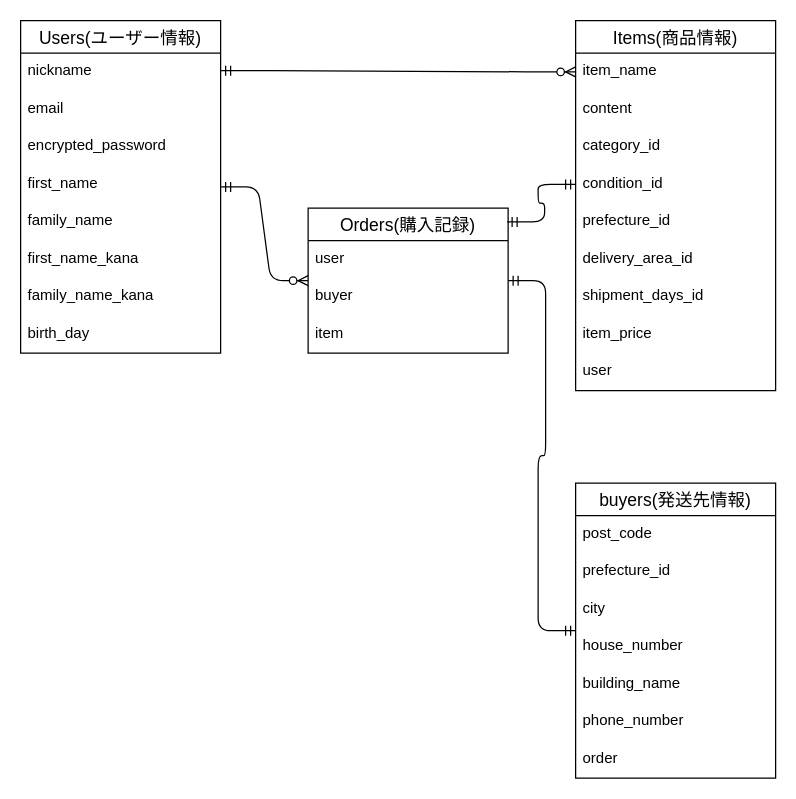
myconmatsu/furima-38641 keeps this draw.io diagram as er.dio. Above is the earlier version. Source tidied: cells renumbered, new cells numbered last; positions are measured from the earlier drawing's top-left corner, leaving out a move shared by most shapes. Both pictures are drawn from the tidied source at 125%, with x=0, y=0 at pixel (20, 20).
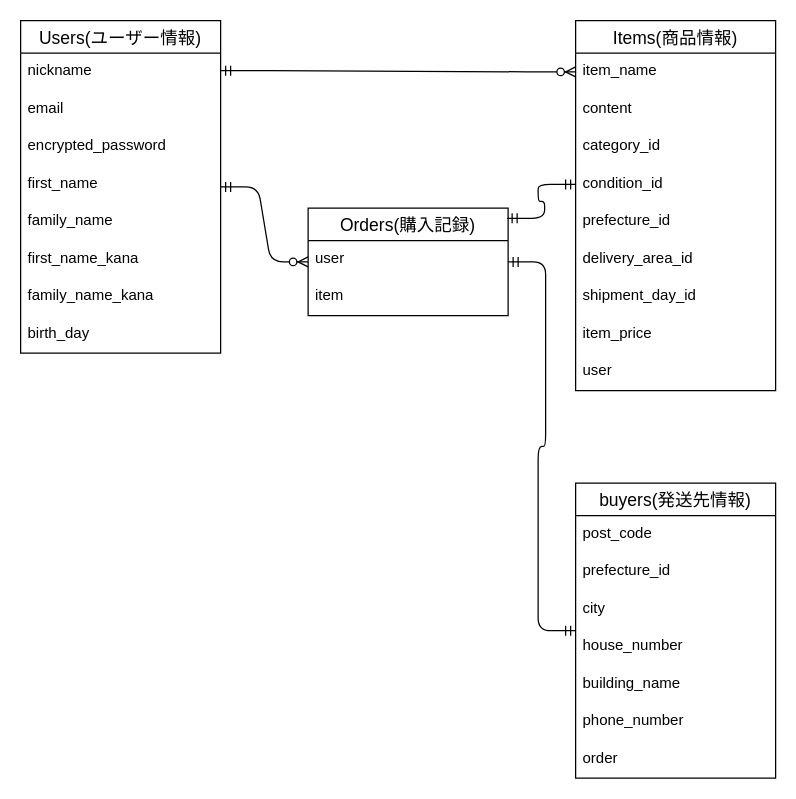
The same page after the edit.

Unchanged cells that the change refers to:
```xml
<mxCell id="11" value="Items(商品情報)" style="swimlane;fontStyle=0;horizontal=1;startSize=26;align=center;fontSize=14;" parent="1" vertex="1">
  <mxGeometry x="444" width="160" height="296" as="geometry" />
</mxCell>
```

Diff of the diagram source:
```diff
@@
-    <mxCell id="18" value="shipment_days_id" style="text;strokeColor=none;fillColor=none;spacingLeft=4;spacingRight=4;overflow=hidden;fontSize=12;" parent="11" vertex="1">
+    <mxCell id="18" value="shipment_day_id" style="text;strokeColor=none;fillColor=none;spacingLeft=4;spacingRight=4;overflow=hidden;fontSize=12;" parent="11" vertex="1">
       <mxGeometry y="206" width="160" height="30" as="geometry" />
     </mxCell>
@@
     <mxCell id="21" value="Orders(購入記録)" style="swimlane;fontStyle=0;horizontal=1;startSize=26;align=center;fontSize=14;" parent="1" vertex="1">
-      <mxGeometry x="230" y="150" width="160" height="116" as="geometry" />
+      <mxGeometry x="230" y="150" width="160" height="86" as="geometry" />
     </mxCell>
@@
-    <mxCell id="23" value="buyer" style="text;strokeColor=none;fillColor=none;spacingLeft=4;spacingRight=4;overflow=hidden;fontSize=12;" parent="21" vertex="1">
-      <mxGeometry y="56" width="160" height="30" as="geometry" />
-    </mxCell>
     <mxCell id="24" value="item" style="text;strokeColor=none;fillColor=none;spacingLeft=4;spacingRight=4;overflow=hidden;fontSize=12;" parent="21" vertex="1">
-      <mxGeometry y="86" width="160" height="30" as="geometry" />
+      <mxGeometry y="56" width="160" height="30" as="geometry" />
     </mxCell>
```
